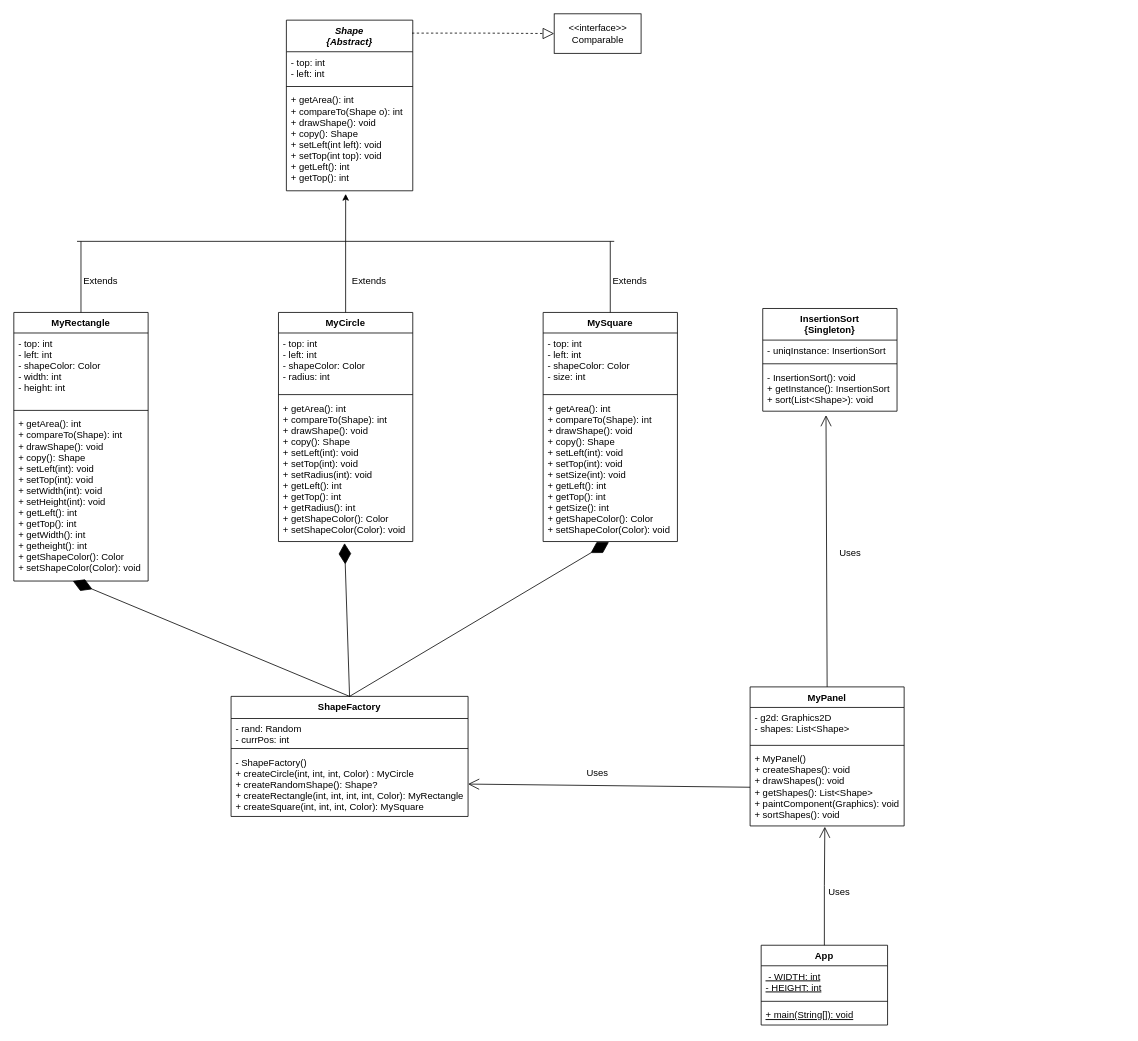
The draw.io diagram EECS-3311-Week3-Lab/UML_diagrams/Design1.drawio in ayush-404/EECS-3311, before the edit. Source tidied: cells renumbered, new cells numbered last; positions are measured from the earlier drawing's top-left corner, leaving out a move shared by most shapes. Both pictures are drawn from the tidied source at 79%, with x=0, y=0 at pixel (13, 13).
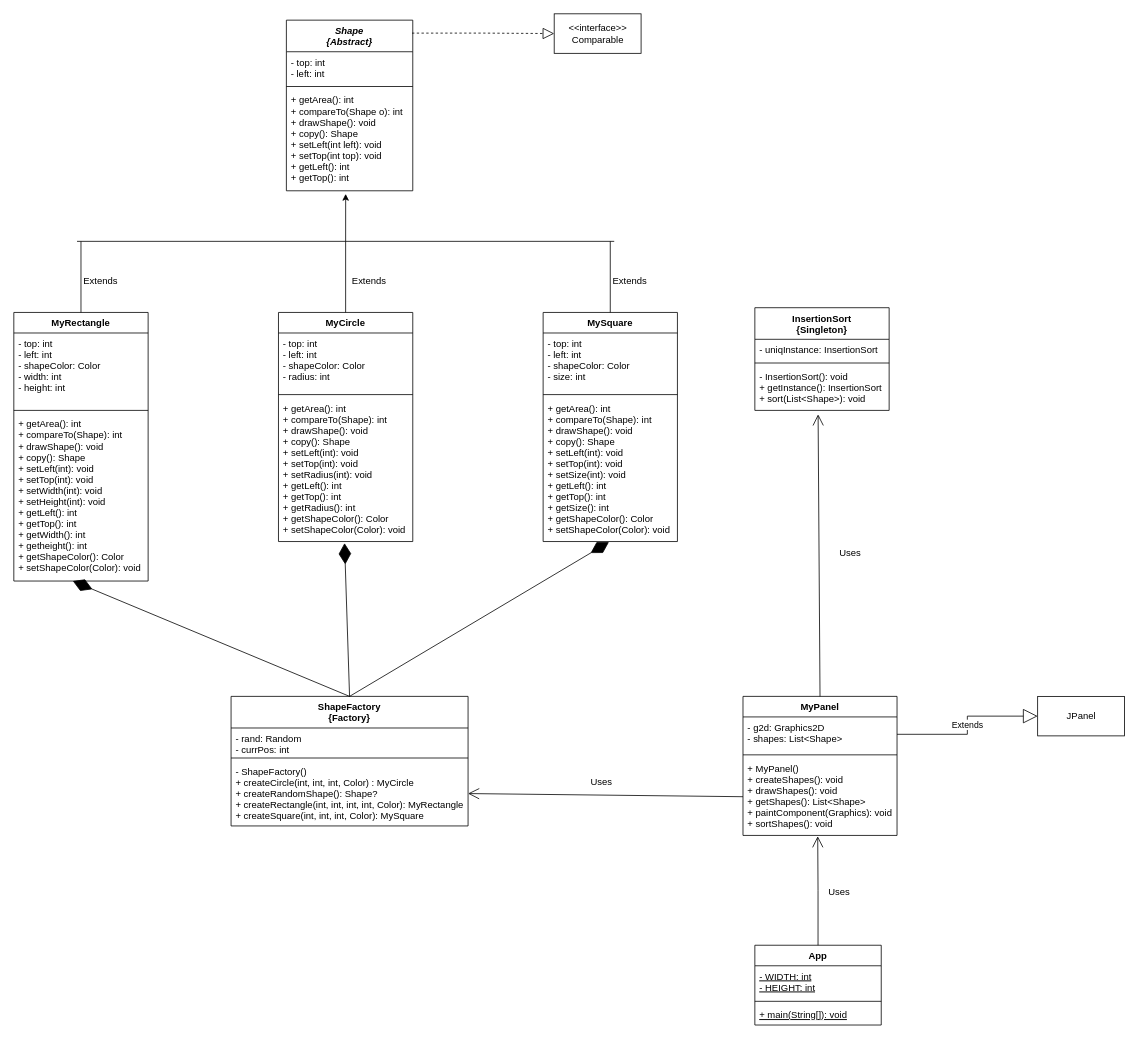
Above is the later version.

The change refers to these unchanged cells:
```xml
<mxCell id="39" value="- g2d: Graphics2D&#10;- shapes: List&lt;Shape&gt; " style="text;strokeColor=none;fillColor=none;align=left;verticalAlign=top;spacingLeft=4;spacingRight=4;overflow=hidden;points=[[0,0.5],[1,0.5]];portConstraint=eastwest;" parent="38" vertex="1">
  <mxGeometry y="26" width="195" height="44" as="geometry" />
</mxCell>
```

What changed in the source:
```diff
@@
     <mxCell id="27" value="InsertionSort&#10;{Singleton}" style="swimlane;fontStyle=1;align=center;verticalAlign=top;horizontal=1;startSize=40;" parent="1" vertex="1">
-      <mxGeometry x="948" y="373" width="170" height="130" as="geometry" />
+      <mxGeometry x="938" y="372" width="170" height="130" as="geometry" />
     </mxCell>
@@
-    <mxCell id="31" value="ShapeFactory&#10;" style="swimlane;fontStyle=1;align=center;verticalAlign=top;horizontal=1;startSize=28;" parent="1" vertex="1">
-      <mxGeometry x="275" y="864" width="300" height="152" as="geometry" />
+    <mxCell id="31" value="ShapeFactory&#10;{Factory}" style="swimlane;fontStyle=1;align=center;verticalAlign=top;horizontal=1;startSize=40;" parent="1" vertex="1">
+      <mxGeometry x="275" y="864" width="300" height="164" as="geometry" />
     </mxCell>
     <mxCell id="32" value="- rand: Random&#10;- currPos: int" style="text;strokeColor=none;fillColor=none;align=left;verticalAlign=top;spacingLeft=4;spacingRight=4;overflow=hidden;" parent="31" vertex="1">
-      <mxGeometry y="28" width="300" height="34" as="geometry" />
+      <mxGeometry y="40" width="300" height="34" as="geometry" />
     </mxCell>
     <mxCell id="33" style="line;strokeWidth=1;fillColor=none;align=left;verticalAlign=middle;spacingTop=-1;spacingLeft=3;spacingRight=3;labelPosition=right;" parent="31" vertex="1">
-      <mxGeometry y="62" width="300" height="8" as="geometry" />
+      <mxGeometry y="74" width="300" height="8" as="geometry" />
     </mxCell>
     <mxCell id="34" value="- ShapeFactory()&#10;+ createCircle(int, int, int, Color) : MyCircle&#10;+ createRandomShape(): Shape?&#10;+ createRectangle(int, int, int, int, Color): MyRectangle&#10;+ createSquare(int, int, int, Color): MySquare" style="text;strokeColor=none;fillColor=none;align=left;verticalAlign=top;spacingLeft=4;spacingRight=4;overflow=hidden;points=[[0,0.5],[1,0.5]];portConstraint=eastwest;" parent="31" vertex="1">
-      <mxGeometry y="70" width="300" height="82" as="geometry" />
+      <mxGeometry y="82" width="300" height="82" as="geometry" />
     </mxCell>
@@
     <mxCell id="38" value="MyPanel" style="swimlane;fontStyle=1;align=center;verticalAlign=top;horizontal=1;startSize=26;" parent="1" vertex="1">
-      <mxGeometry x="932" y="852" width="195" height="176" as="geometry" />
+      <mxGeometry x="923" y="864" width="195" height="176" as="geometry" />
     </mxCell>
@@
     <mxCell id="44" value="App" style="swimlane;fontStyle=1;align=center;verticalAlign=top;horizontal=1;startSize=26;" parent="1" vertex="1">
-      <mxGeometry x="946" y="1179" width="160" height="101" as="geometry" />
+      <mxGeometry x="938" y="1179" width="160" height="101" as="geometry" />
     </mxCell>
-    <mxCell id="45" value=" - WIDTH: int&#10;- HEIGHT: int" style="text;strokeColor=none;fillColor=none;align=left;verticalAlign=top;spacingLeft=4;spacingRight=4;overflow=hidden;fontStyle=4;" parent="44" vertex="1">
+    <mxCell id="45" value="- WIDTH: int&#10;- HEIGHT: int" style="text;strokeColor=none;fillColor=none;align=left;verticalAlign=top;spacingLeft=4;spacingRight=4;overflow=hidden;fontStyle=4;" parent="44" vertex="1">
       <mxGeometry y="26" width="160" height="41" as="geometry" />
     </mxCell>
@@
     <mxCell id="49" value="Uses" style="text;html=1;strokeColor=none;fillColor=none;align=center;verticalAlign=middle;whiteSpace=wrap;rounded=0;" parent="1" vertex="1">
-      <mxGeometry x="709" y="946" width="60" height="30" as="geometry" />
+      <mxGeometry x="714" y="958" width="60" height="30" as="geometry" />
     </mxCell>
@@
+    <mxCell id="54" value="JPanel" style="html=1;" parent="1" vertex="1">
+      <mxGeometry x="1296" y="864" width="110" height="50" as="geometry" />
+    </mxCell>
+    <mxCell id="55" value="Extends" style="endArrow=block;endSize=16;endFill=0;html=1;rounded=0;edgeStyle=orthogonalEdgeStyle;exitX=1;exitY=0.5;exitDx=0;exitDy=0;entryX=0;entryY=0.5;entryDx=0;entryDy=0;" parent="1" edge="1" source="39" target="54">
+      <mxGeometry relative="1" as="geometry" />
+    </mxCell>
```
